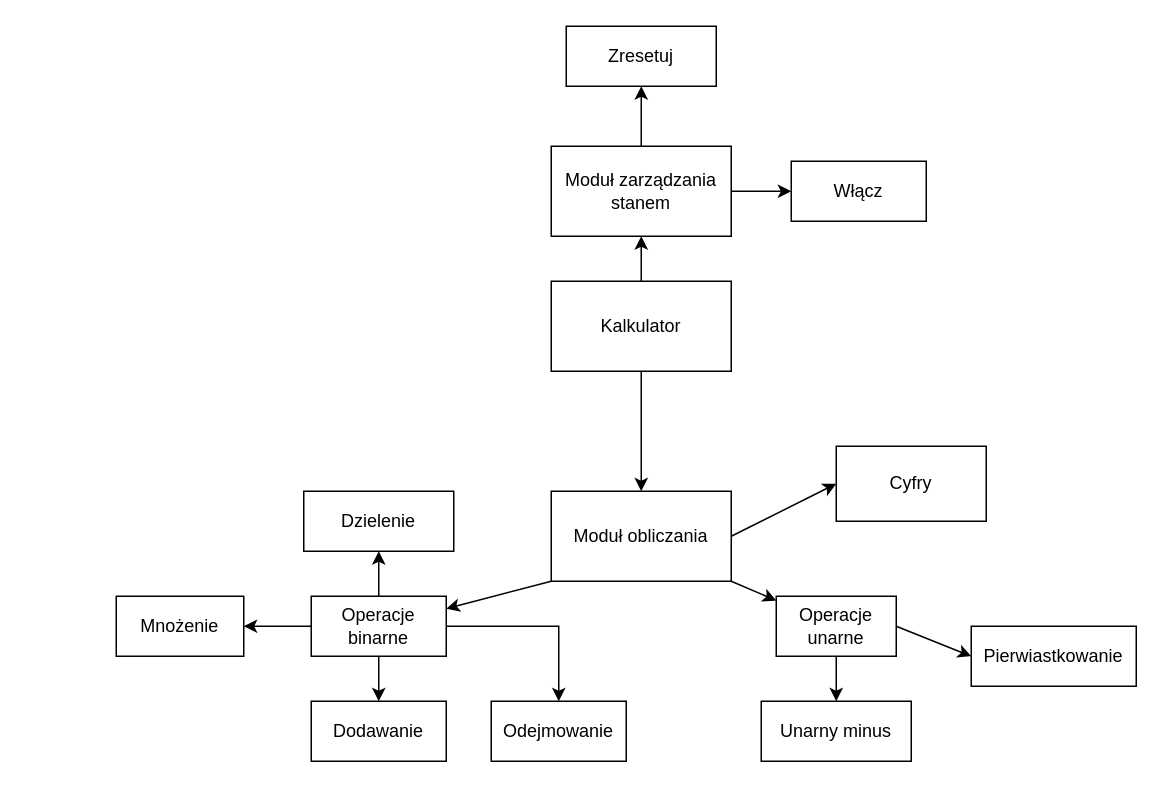
Earlier version of the draw.io diagram Diagram.drawio (wojwozniak/oop-calculator). Source tidied: cells renumbered, new cells numbered last; positions are measured from the earlier drawing's top-left corner, leaving out a move shared by most shapes. Both pictures are drawn from the tidied source at 150%, with x=0, y=0 at pixel (116, 26).
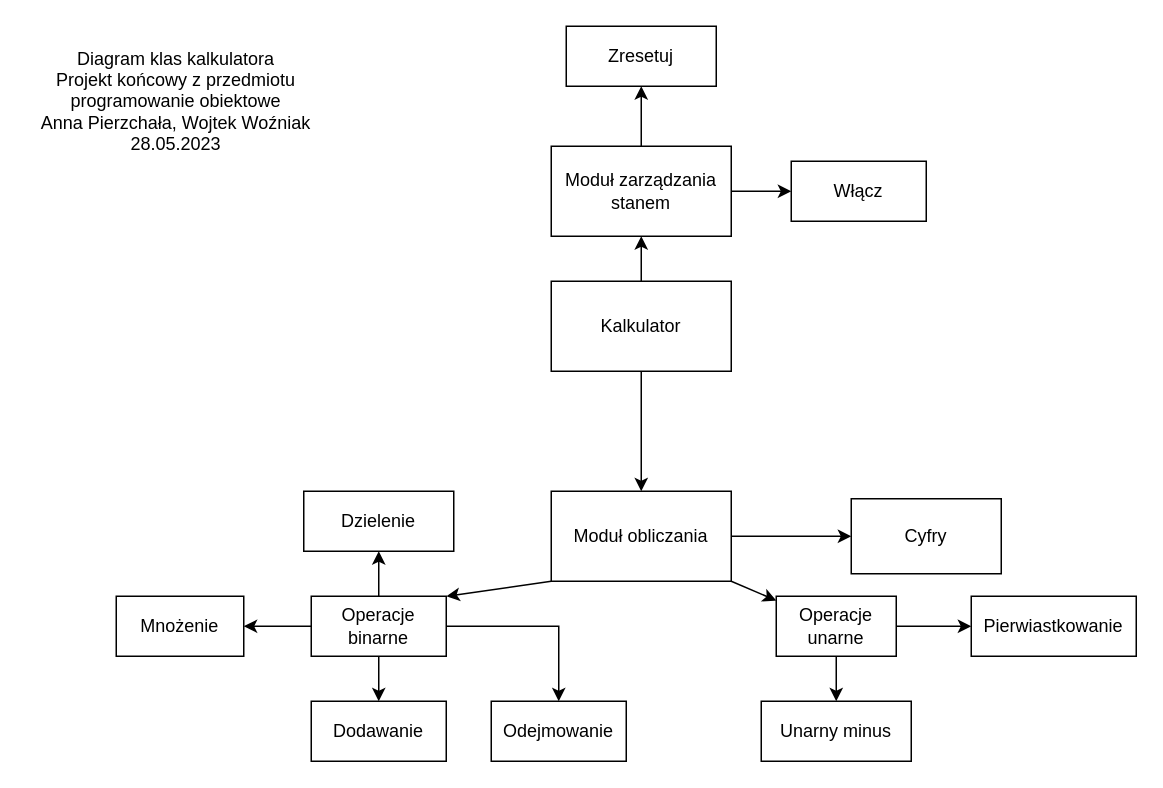
The same diagram, later.

Unchanged cells that the change refers to:
```xml
<mxCell id="4" value="Moduł obliczania" style="rounded=0;whiteSpace=wrap;html=1;" parent="1" vertex="1">
  <mxGeometry x="290" y="310" width="120" height="60" as="geometry" />
</mxCell>
<mxCell id="7" value="Operacje binarne" style="rounded=0;whiteSpace=wrap;html=1;" parent="1" vertex="1">
  <mxGeometry x="130" y="380" width="90" height="40" as="geometry" />
</mxCell>
```

Change to the diagram source:
```diff
@@
-    <mxCell id="5" style="endArrow=classic;html=1;rounded=0;exitX=0;exitY=1;exitDx=0;exitDy=0;" parent="1" edge="1" source="4" target="7">
+    <mxCell id="5" style="endArrow=classic;html=1;rounded=0;exitX=0;exitY=1;exitDx=0;exitDy=0;entryX=1;entryY=0;entryDx=0;entryDy=0;" parent="1" edge="1" source="4" target="7">
       <mxGeometry relative="1" as="geometry" />
     </mxCell>
@@
     <mxCell id="14" value="Cyfry" style="rounded=0;whiteSpace=wrap;html=1;" parent="1" vertex="1">
-      <mxGeometry x="480" y="280" width="100" height="50" as="geometry" />
+      <mxGeometry x="490" y="315" width="100" height="50" as="geometry" />
     </mxCell>
@@
     <mxCell id="22" value="Pierwiastkowanie" style="rounded=0;whiteSpace=wrap;html=1;" parent="1" vertex="1">
-      <mxGeometry x="570" y="400" width="110" height="40" as="geometry" />
+      <mxGeometry x="570" y="380" width="110" height="40" as="geometry" />
     </mxCell>
@@
+    <mxCell id="29" value="Diagram klas kalkulatora&lt;br&gt;Projekt końcowy z przedmiotu programowanie obiektowe&lt;br&gt;Anna Pierzchała, Wojtek Woźniak&lt;br&gt;28.05.2023" style="text;html=1;strokeColor=none;fillColor=none;align=center;verticalAlign=middle;whiteSpace=wrap;rounded=0;" parent="1" vertex="1">
+      <mxGeometry x="-60" width="200" height="100" as="geometry" />
+    </mxCell>
```
